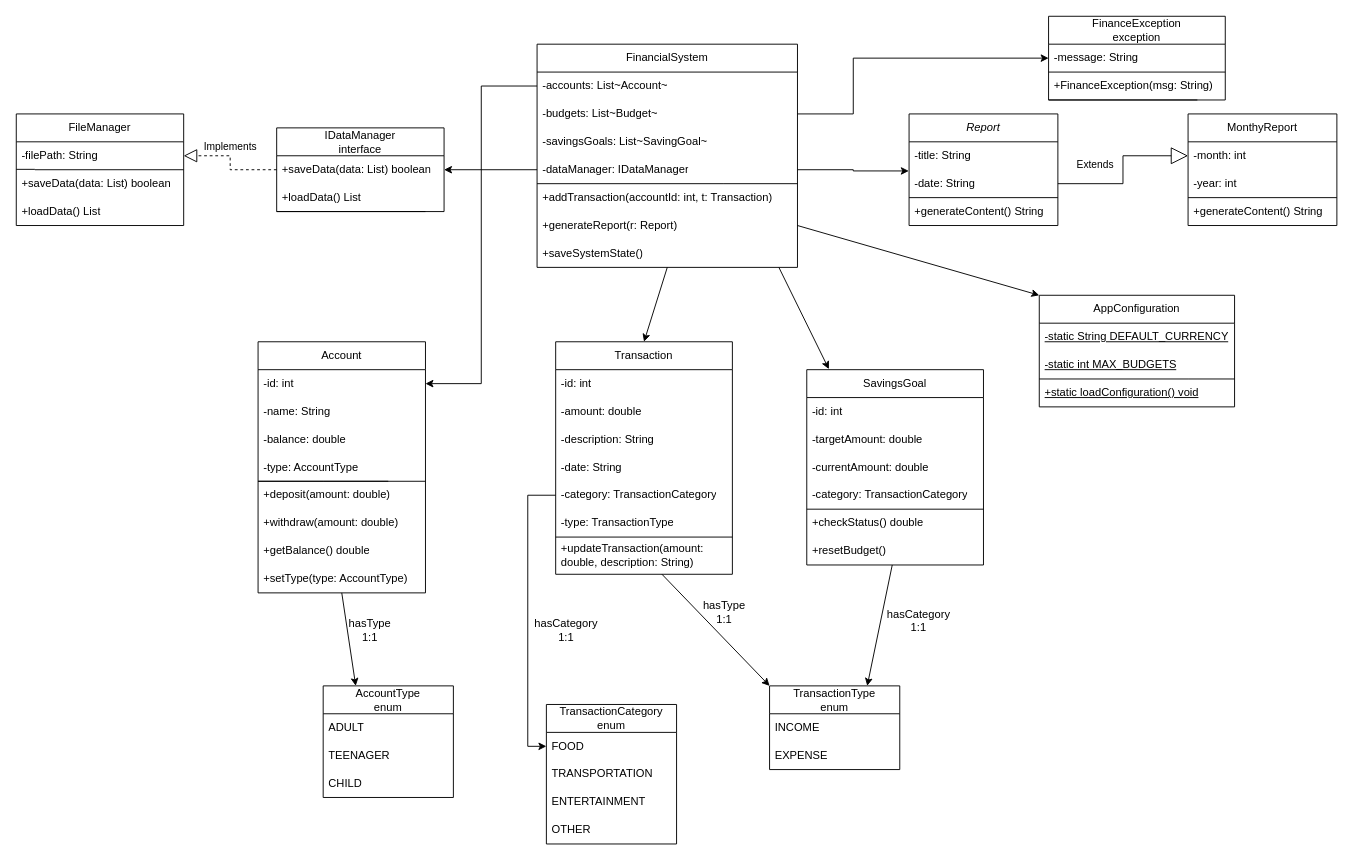
Before: Docs/UML.drawio.xml in undeMalum/finance-manager, a draw.io diagram. Source tidied: cells renumbered, new cells numbered last; positions are measured from the earlier drawing's top-left corner, leaving out a move shared by most shapes. Both pictures are drawn from the tidied source at 93%, with x=0, y=0 at pixel (16, 16).
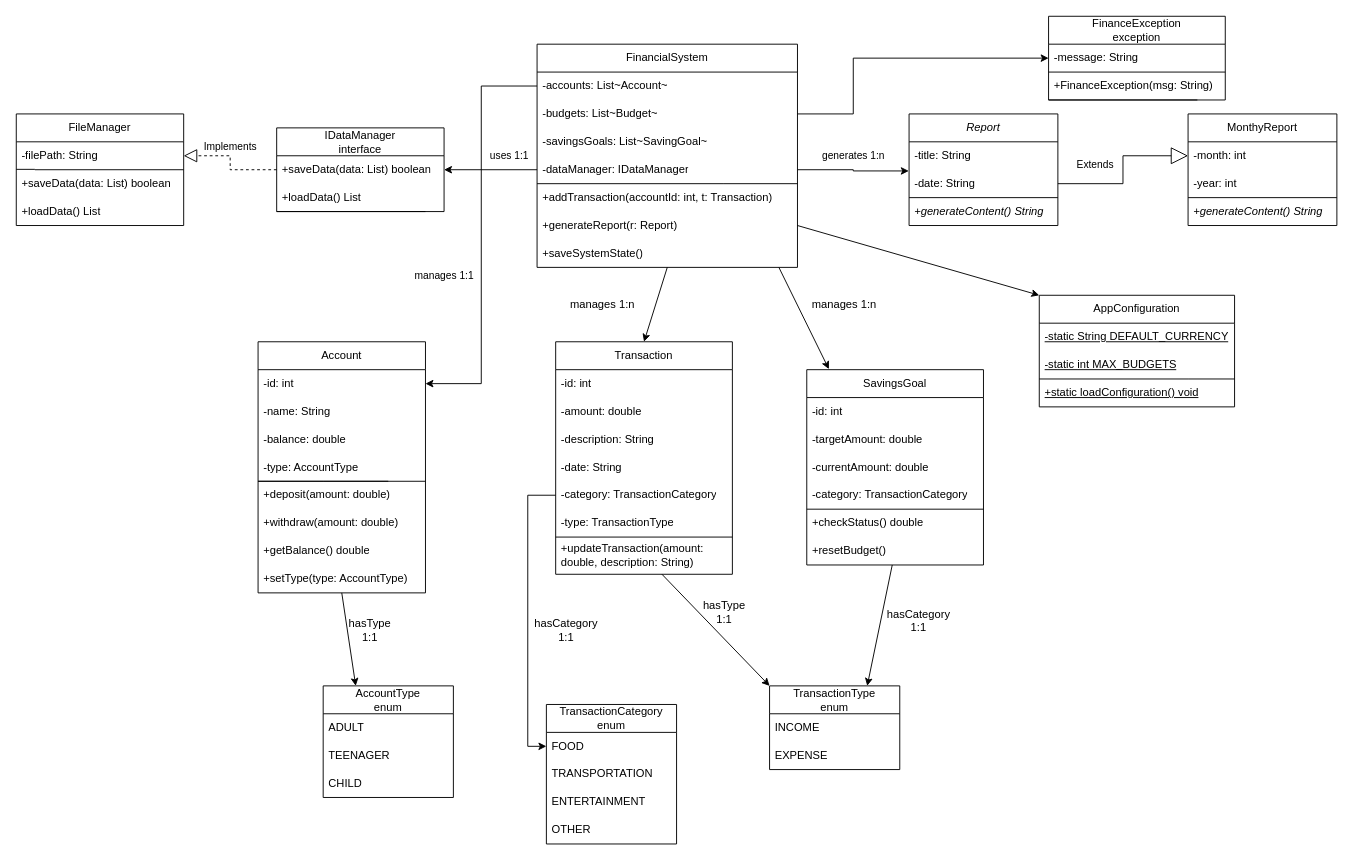
Above is the later version.

Commit message:
feat: improve UML diagram upon suggestions

Unchanged cells that the change refers to:
```xml
<mxCell id="3" value="-id: int" style="text;strokeColor=none;fillColor=none;align=left;verticalAlign=middle;spacingLeft=4;spacingRight=4;overflow=hidden;points=[[0,0.5],[1,0.5]];portConstraint=eastwest;whiteSpace=wrap;html=1;" parent="2" vertex="1">
  <mxGeometry y="30" width="180" height="30" as="geometry" />
</mxCell>
<mxCell id="17" value="Transaction" style="swimlane;fontStyle=0;horizontal=1;startSize=30;whiteSpace=wrap;html=1;strokeColor=default;align=center;verticalAlign=middle;fontFamily=Helvetica;fontSize=12;fontColor=default;fillColor=default;" parent="1" vertex="1">
  <mxGeometry x="580" y="350" width="190" height="250" as="geometry" />
</mxCell>
<mxCell id="27" value="-accounts: List~Account~" style="text;strokeColor=none;fillColor=none;align=left;verticalAlign=middle;spacingLeft=4;spacingRight=4;overflow=hidden;points=[[0,0.5],[1,0.5]];portConstraint=eastwest;whiteSpace=wrap;html=1;fontFamily=Helvetica;fontSize=12;fontColor=default;fontStyle=0;horizontal=1;" parent="26" vertex="1">
  <mxGeometry y="30" width="280" height="30" as="geometry" />
</mxCell>
<mxCell id="30" value="-dataManager: IDataManager" style="text;strokeColor=none;fillColor=none;align=left;verticalAlign=middle;spacingLeft=4;spacingRight=4;overflow=hidden;points=[[0,0.5],[1,0.5]];portConstraint=eastwest;whiteSpace=wrap;html=1;fontFamily=Helvetica;fontSize=12;fontColor=default;fontStyle=0;horizontal=1;" parent="26" vertex="1">
  <mxGeometry y="120" width="280" height="30" as="geometry" />
</mxCell>
<mxCell id="37" value="MonthyReport" style="swimlane;fontStyle=0;horizontal=1;startSize=30;whiteSpace=wrap;html=1;strokeColor=default;align=center;verticalAlign=middle;fontFamily=Helvetica;fontSize=12;fontColor=default;fillColor=default;" parent="1" vertex="1">
  <mxGeometry x="1260" y="105" width="160" height="120" as="geometry" />
</mxCell>
<mxCell id="47" value="SavingsGoal" style="swimlane;fontStyle=0;horizontal=1;startSize=30;whiteSpace=wrap;html=1;strokeColor=default;align=center;verticalAlign=middle;fontFamily=Helvetica;fontSize=12;fontColor=default;fillColor=default;" parent="1" vertex="1">
  <mxGeometry x="850" y="380" width="190" height="210" as="geometry" />
</mxCell>
<mxCell id="64" value="+saveData(data: List) boolean" style="text;strokeColor=none;fillColor=none;align=left;verticalAlign=middle;spacingLeft=4;spacingRight=4;overflow=hidden;points=[[0,0.5],[1,0.5]];portConstraint=eastwest;whiteSpace=wrap;html=1;fontFamily=Helvetica;fontSize=12;fontColor=default;fontStyle=0;horizontal=1;" parent="63" vertex="1">
  <mxGeometry y="30" width="180" height="30" as="geometry" />
</mxCell>
<mxCell id="89" value="&lt;i&gt;Report&lt;/i&gt;" style="swimlane;fontStyle=0;horizontal=1;startSize=30;whiteSpace=wrap;html=1;strokeColor=default;align=center;verticalAlign=middle;fontFamily=Helvetica;fontSize=12;fontColor=default;fillColor=default;" parent="1" vertex="1">
  <mxGeometry x="960" y="105" width="160" height="120" as="geometry" />
</mxCell>
<mxCell id="91" value="-date: String" style="text;strokeColor=none;fillColor=none;align=left;verticalAlign=middle;spacingLeft=4;spacingRight=4;overflow=hidden;points=[[0,0.5],[1,0.5]];portConstraint=eastwest;whiteSpace=wrap;html=1;fontFamily=Helvetica;fontSize=12;fontColor=default;fontStyle=0;horizontal=1;" parent="89" vertex="1">
  <mxGeometry y="60" width="160" height="30" as="geometry" />
</mxCell>
```

The edit, as a diff of the source:
```diff
@@
-    <mxCell id="36" style="endArrow=none;startArrow=classic;html=1;rounded=0;fontFamily=Helvetica;fontSize=12;fontColor=default;fontStyle=0;horizontal=1;exitX=0.5;exitY=0;exitDx=0;exitDy=0;endFill=0;" parent="1" edge="1" source="17">
-      <mxGeometry relative="1" as="geometry">
+    <mxCell id="36" value="manages 1:n" style="endArrow=none;startArrow=classic;html=1;rounded=0;fontFamily=Helvetica;fontSize=12;fontColor=default;fontStyle=0;horizontal=1;exitX=0.5;exitY=0;exitDx=0;exitDy=0;endFill=0;labelBackgroundColor=none;" parent="1" edge="1" source="17">
+      <mxGeometry x="-0.41" y="55" relative="1" as="geometry">
         <mxPoint x="700" y="270" as="targetPoint" />
       </mxGeometry>
     </mxCell>
@@
-    <mxCell id="41" value="+generateContent() String" style="text;strokeColor=none;fillColor=none;align=left;verticalAlign=middle;spacingLeft=4;spacingRight=4;overflow=hidden;whiteSpace=wrap;html=1;fontFamily=Helvetica;fontSize=12;fontColor=default;fontStyle=0;horizontal=1;" parent="37" vertex="1">
+    <mxCell id="41" value="&lt;i&gt;+generateContent() String&lt;/i&gt;" style="text;strokeColor=none;fillColor=none;align=left;verticalAlign=middle;spacingLeft=4;spacingRight=4;overflow=hidden;whiteSpace=wrap;html=1;fontFamily=Helvetica;fontSize=12;fontColor=default;fontStyle=0;horizontal=1;" parent="37" vertex="1">
       <mxGeometry y="90" width="160" height="30" as="geometry" />
     </mxCell>
@@
-    <mxCell id="55" style="endArrow=none;startArrow=classic;html=1;rounded=0;fontFamily=Helvetica;fontSize=12;fontColor=default;fontStyle=0;horizontal=1;exitX=0.125;exitY=-0.003;exitDx=0;exitDy=0;exitPerimeter=0;endFill=0;" parent="1" edge="1" source="47">
-      <mxGeometry relative="1" as="geometry">
+    <mxCell id="55" value="manages 1:n" style="endArrow=none;startArrow=classic;html=1;rounded=0;fontFamily=Helvetica;fontSize=12;fontColor=default;fontStyle=0;horizontal=1;exitX=0.125;exitY=-0.003;exitDx=0;exitDy=0;exitPerimeter=0;endFill=0;labelBackgroundColor=none;" parent="1" edge="1" source="47">
+      <mxGeometry x="-0.1" y="-45" relative="1" as="geometry">
         <mxPoint x="820" y="270" as="targetPoint" />
       </mxGeometry>
     </mxCell>
@@
-    <mxCell id="87" style="edgeStyle=orthogonalEdgeStyle;rounded=0;jettySize=auto;html=1;exitX=1;exitY=0.5;exitDx=0;exitDy=0;startArrow=classic;startFill=1;endArrow=none;endFill=0;" parent="1" edge="1" source="3" target="27">
-      <mxGeometry relative="1" as="geometry" />
+    <mxCell id="87" value="manages 1:1" style="edgeStyle=orthogonalEdgeStyle;rounded=0;jettySize=auto;html=1;exitX=1;exitY=0.5;exitDx=0;exitDy=0;startArrow=classic;startFill=1;endArrow=none;endFill=0;" parent="1" edge="1" source="3" target="27">
+      <mxGeometry x="-0.2" y="40" relative="1" as="geometry" />
     </mxCell>
@@
-    <mxCell id="93" value="+generateContent() String" style="text;strokeColor=none;fillColor=none;align=left;verticalAlign=middle;spacingLeft=4;spacingRight=4;overflow=hidden;whiteSpace=wrap;html=1;fontFamily=Helvetica;fontSize=12;fontColor=default;fontStyle=0;horizontal=1;" parent="89" vertex="1">
+    <mxCell id="93" value="&lt;i&gt;+generateContent() String&lt;/i&gt;" style="text;strokeColor=none;fillColor=none;align=left;verticalAlign=middle;spacingLeft=4;spacingRight=4;overflow=hidden;whiteSpace=wrap;html=1;fontFamily=Helvetica;fontSize=12;fontColor=default;fontStyle=0;horizontal=1;" parent="89" vertex="1">
       <mxGeometry y="90" width="160" height="30" as="geometry" />
     </mxCell>
-    <mxCell id="94" style="edgeStyle=orthogonalEdgeStyle;rounded=0;jettySize=auto;html=1;exitX=1;exitY=0.5;exitDx=0;exitDy=0;entryX=-0.002;entryY=0.044;entryDx=0;entryDy=0;entryPerimeter=0;" parent="1" edge="1" source="30" target="91">
-      <mxGeometry relative="1" as="geometry" />
+    <mxCell id="94" value="generates 1:n" style="edgeStyle=orthogonalEdgeStyle;rounded=0;jettySize=auto;html=1;exitX=1;exitY=0.5;exitDx=0;exitDy=0;entryX=-0.002;entryY=0.044;entryDx=0;entryDy=0;entryPerimeter=0;" parent="1" edge="1" source="30" target="91">
+      <mxGeometry x="-0.01" y="-15" relative="1" as="geometry">
+        <mxPoint x="15" y="-15" as="offset" />
+      </mxGeometry>
     </mxCell>
-    <mxCell id="95" style="edgeStyle=orthogonalEdgeStyle;rounded=0;jettySize=auto;html=1;exitX=0;exitY=0.5;exitDx=0;exitDy=0;entryX=1;entryY=0.5;entryDx=0;entryDy=0;" parent="1" edge="1" source="30" target="64">
-      <mxGeometry relative="1" as="geometry" />
+    <mxCell id="95" value="uses 1:1" style="edgeStyle=orthogonalEdgeStyle;rounded=0;jettySize=auto;html=1;exitX=0;exitY=0.5;exitDx=0;exitDy=0;entryX=1;entryY=0.5;entryDx=0;entryDy=0;labelBackgroundColor=none;" parent="1" edge="1" source="30" target="64">
+      <mxGeometry x="-0.4" y="-15" relative="1" as="geometry" />
     </mxCell>
```
